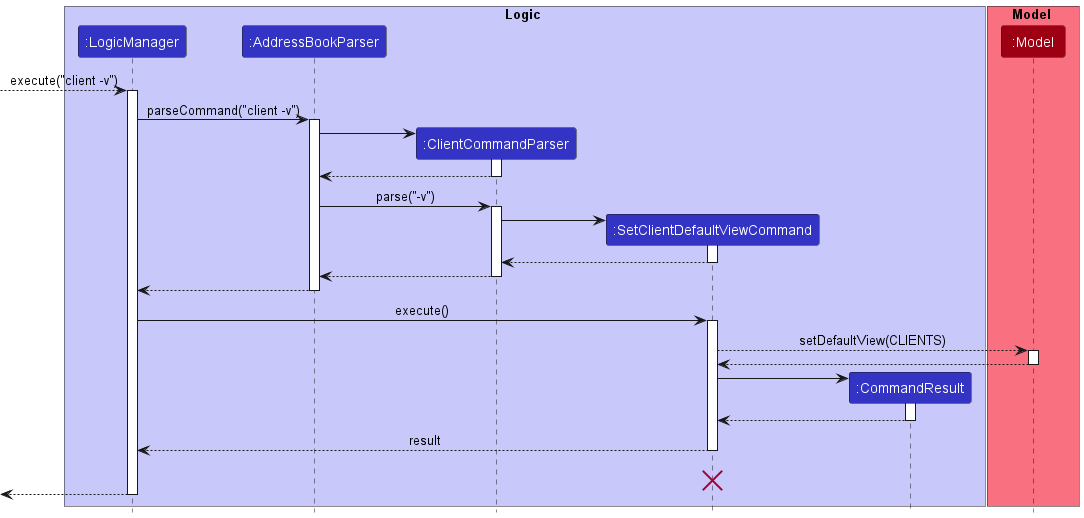
Earlier version of the PlantUML export docs/images/DefaultViewSequenceDiagram.png (nus-cs2103-AY2223S1/tp).
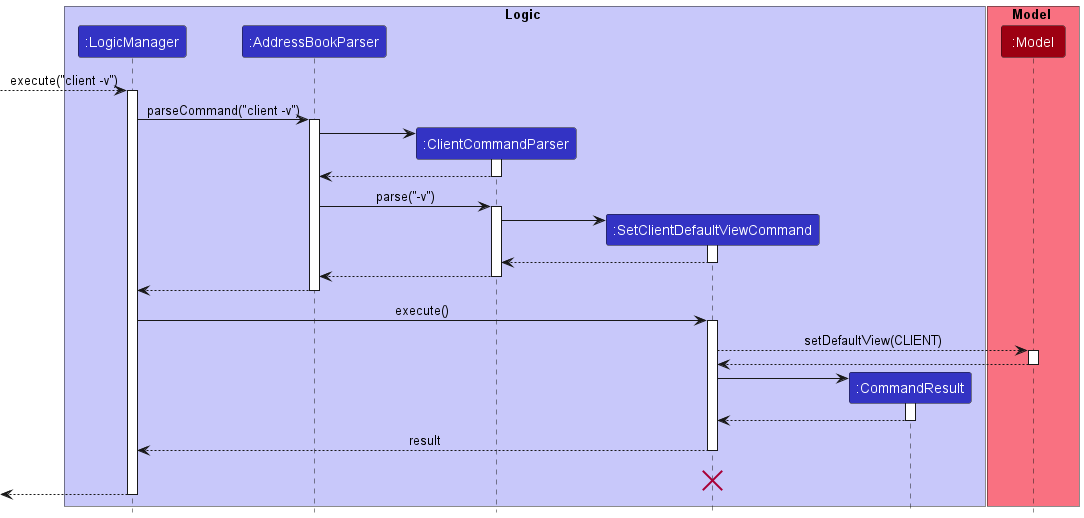
The same diagram one commit later.

The edit, as a diff of the source:
```diff
@@ -43,7 +43,7 @@
 LogicManager -> SetClientDefaultViewCommand : execute()
 activate SetClientDefaultViewCommand
 
-SetClientDefaultViewCommand --> Model : setDefaultView(CLIENTS)
+SetClientDefaultViewCommand --> Model : setDefaultView(CLIENT)
 activate Model
 
 Model --> SetClientDefaultViewCommand
```
